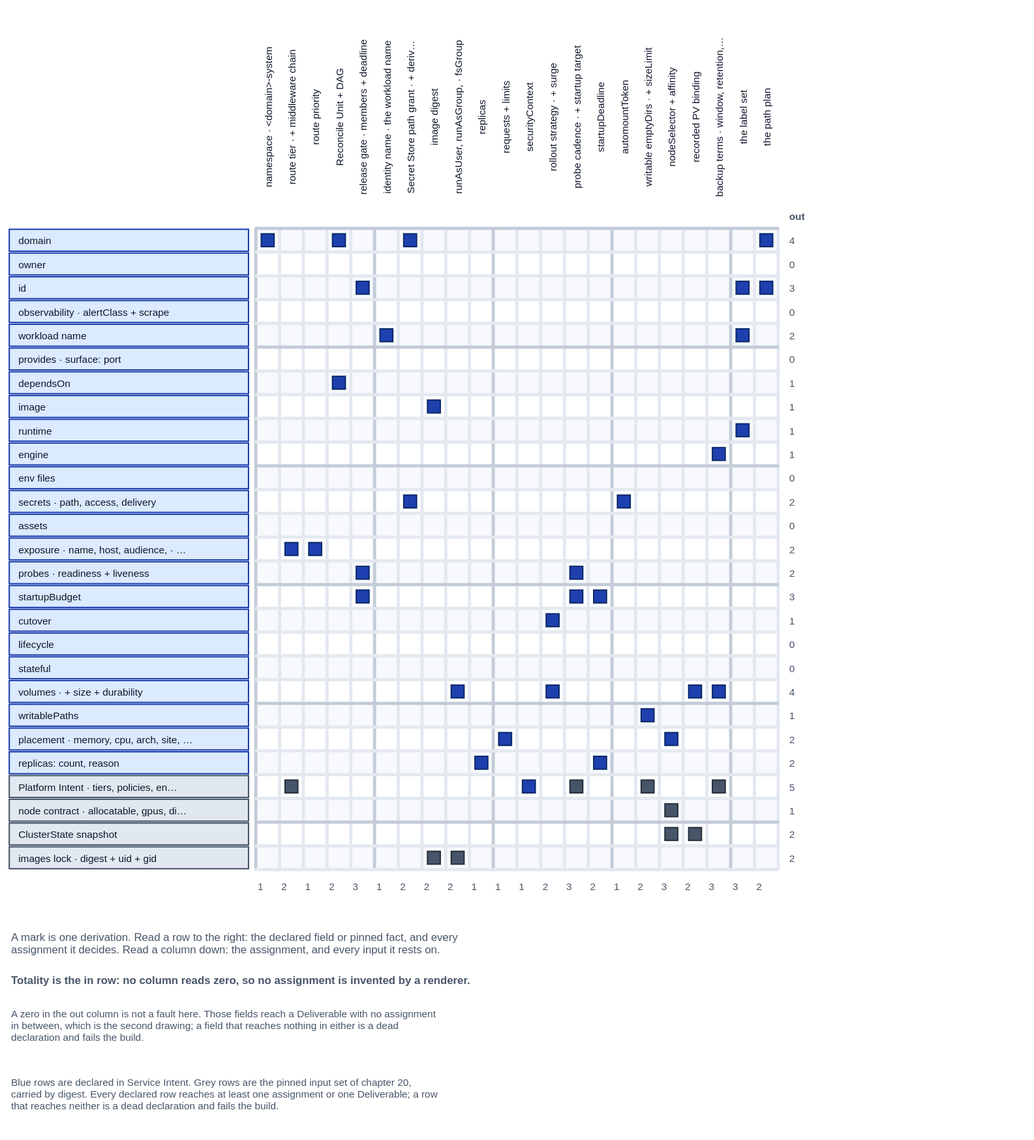
Earlier version of the draw.io export spec/v1/diagrams/16-derivation-map-assignments.drawio.svg (JorisJonkers-dev/deploy-kit). Source tidied: cells renumbered, new cells last; positions are measured from the earlier drawing's top-left corner, leaving out a move shared by most shapes.
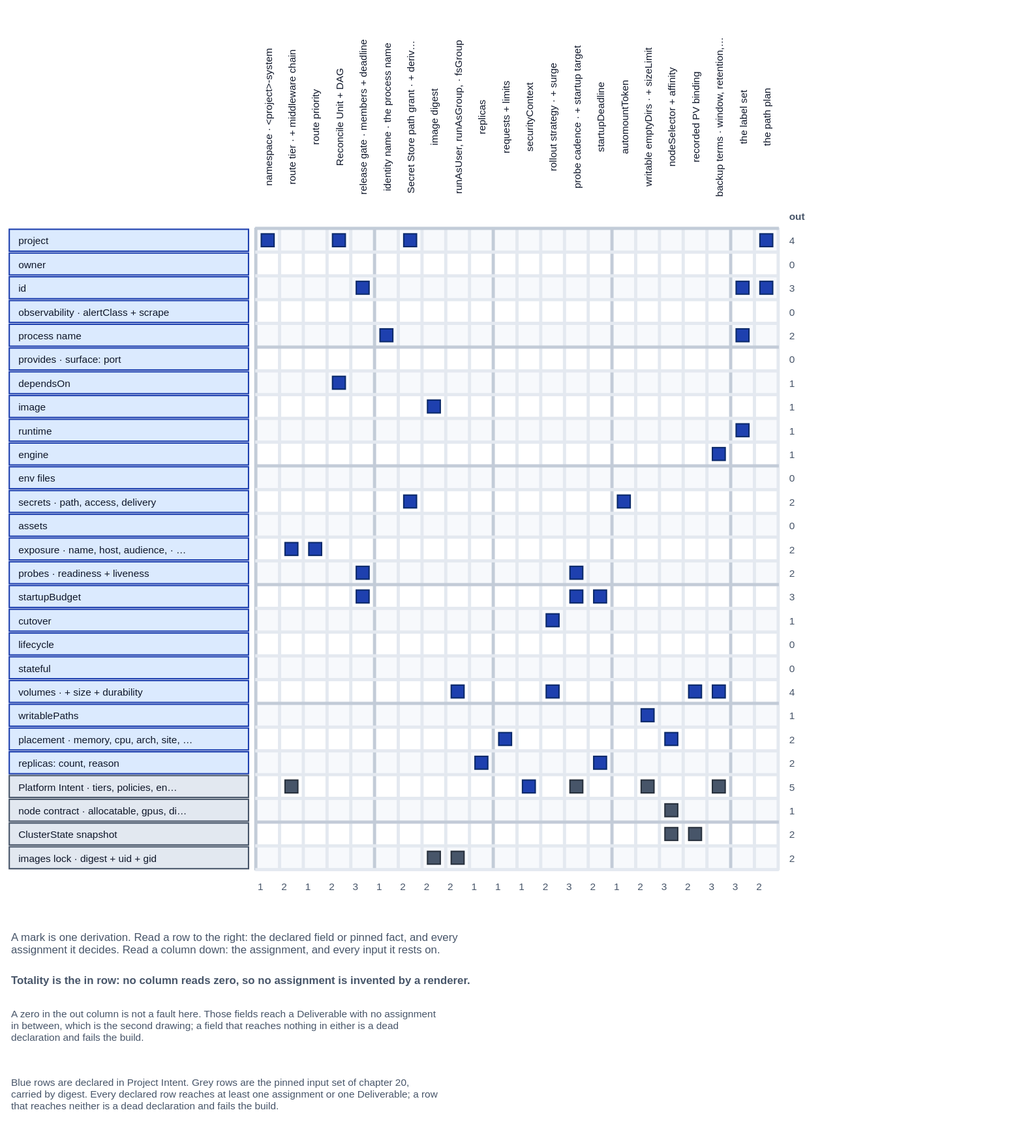
Above is the later version.

The edit, as a diff of the source:
```diff
@@ -236,7 +236,7 @@
     <mxCell id="79" style="rounded=0;whiteSpace=nowrap;html=0;align=center;verticalAlign=middle;fillColor=#e4e9f0;strokeColor=#e4e9f0;strokeWidth=1.5;fontFamily=Helvetica;fontSize=12;fontColor=#0f172a;" parent="1" vertex="1">
       <mxGeometry x="270" y="941" width="572" height="2" as="geometry" />
     </mxCell>
-    <mxCell id="80" value="namespace  ·  &lt;domain&gt;-system" style="horizontal=0;rounded=0;whiteSpace=nowrap;html=0;align=center;verticalAlign=middle;fillColor=none;strokeColor=none;strokeWidth=1.5;fontFamily=Helvetica;fontSize=11;fontColor=#0f172a;" parent="1" vertex="1">
+    <mxCell id="80" value="namespace  ·  &lt;project&gt;-system" style="horizontal=0;rounded=0;whiteSpace=nowrap;html=0;align=center;verticalAlign=middle;fillColor=none;strokeColor=none;strokeWidth=1.5;fontFamily=Helvetica;fontSize=11;fontColor=#0f172a;" parent="1" vertex="1">
       <mxGeometry x="270" width="26" height="236" as="geometry" />
     </mxCell>
     <mxCell id="81" value="route tier  ·  + middleware chain" style="horizontal=0;rounded=0;whiteSpace=nowrap;html=0;align=center;verticalAlign=middle;fillColor=none;strokeColor=none;strokeWidth=1.5;fontFamily=Helvetica;fontSize=11;fontColor=#0f172a;" parent="1" vertex="1">
@@ -251,7 +251,7 @@
     <mxCell id="84" value="release gate  ·  members + deadline" style="horizontal=0;rounded=0;whiteSpace=nowrap;html=0;align=center;verticalAlign=middle;fillColor=none;strokeColor=none;strokeWidth=1.5;fontFamily=Helvetica;fontSize=11;fontColor=#0f172a;" parent="1" vertex="1">
       <mxGeometry x="374" width="26" height="236" as="geometry" />
     </mxCell>
-    <mxCell id="85" value="identity name  ·  the workload name" style="horizontal=0;rounded=0;whiteSpace=nowrap;html=0;align=center;verticalAlign=middle;fillColor=none;strokeColor=none;strokeWidth=1.5;fontFamily=Helvetica;fontSize=11;fontColor=#0f172a;" parent="1" vertex="1">
+    <mxCell id="85" value="identity name  ·  the process name" style="horizontal=0;rounded=0;whiteSpace=nowrap;html=0;align=center;verticalAlign=middle;fillColor=none;strokeColor=none;strokeWidth=1.5;fontFamily=Helvetica;fontSize=11;fontColor=#0f172a;" parent="1" vertex="1">
       <mxGeometry x="400" width="26" height="236" as="geometry" />
     </mxCell>
     <mxCell id="86" value="Secret Store path grant  ·  + deriv…" style="horizontal=0;rounded=0;whiteSpace=nowrap;html=0;align=center;verticalAlign=middle;fillColor=none;strokeColor=none;strokeWidth=1.5;fontFamily=Helvetica;fontSize=11;fontColor=#0f172a;" parent="1" vertex="1">
@@ -302,7 +302,7 @@
     <mxCell id="101" value="the path plan" style="horizontal=0;rounded=0;whiteSpace=nowrap;html=0;align=center;verticalAlign=middle;fillColor=none;strokeColor=none;strokeWidth=1.5;fontFamily=Helvetica;fontSize=11;fontColor=#0f172a;" parent="1" vertex="1">
       <mxGeometry x="816" width="26" height="236" as="geometry" />
     </mxCell>
-    <mxCell id="102" value="domain" style="spacingLeft=8;rounded=0;whiteSpace=nowrap;html=0;align=left;verticalAlign=middle;fillColor=#dbeafe;strokeColor=#1e40af;strokeWidth=1.5;fontFamily=Helvetica;fontSize=11;fontColor=#0f172a;" parent="1" vertex="1">
+    <mxCell id="102" value="project" style="spacingLeft=8;rounded=0;whiteSpace=nowrap;html=0;align=left;verticalAlign=middle;fillColor=#dbeafe;strokeColor=#1e40af;strokeWidth=1.5;fontFamily=Helvetica;fontSize=11;fontColor=#0f172a;" parent="1" vertex="1">
       <mxGeometry y="241" width="262" height="24" as="geometry" />
     </mxCell>
     <mxCell id="103" value="owner" style="spacingLeft=8;rounded=0;whiteSpace=nowrap;html=0;align=left;verticalAlign=middle;fillColor=#dbeafe;strokeColor=#1e40af;strokeWidth=1.5;fontFamily=Helvetica;fontSize=11;fontColor=#0f172a;" parent="1" vertex="1">
@@ -314,7 +314,7 @@
     <mxCell id="105" value="observability  ·  alertClass + scrape" style="spacingLeft=8;rounded=0;whiteSpace=nowrap;html=0;align=left;verticalAlign=middle;fillColor=#dbeafe;strokeColor=#1e40af;strokeWidth=1.5;fontFamily=Helvetica;fontSize=11;fontColor=#0f172a;" parent="1" vertex="1">
       <mxGeometry y="319" width="262" height="24" as="geometry" />
     </mxCell>
-    <mxCell id="106" value="workload name" style="spacingLeft=8;rounded=0;whiteSpace=nowrap;html=0;align=left;verticalAlign=middle;fillColor=#dbeafe;strokeColor=#1e40af;strokeWidth=1.5;fontFamily=Helvetica;fontSize=11;fontColor=#0f172a;" parent="1" vertex="1">
+    <mxCell id="106" value="process name" style="spacingLeft=8;rounded=0;whiteSpace=nowrap;html=0;align=left;verticalAlign=middle;fillColor=#dbeafe;strokeColor=#1e40af;strokeWidth=1.5;fontFamily=Helvetica;fontSize=11;fontColor=#0f172a;" parent="1" vertex="1">
       <mxGeometry y="345" width="262" height="24" as="geometry" />
     </mxCell>
     <mxCell id="107" value="provides  ·  surface: port" style="spacingLeft=8;rounded=0;whiteSpace=nowrap;html=0;align=left;verticalAlign=middle;fillColor=#dbeafe;strokeColor=#1e40af;strokeWidth=1.5;fontFamily=Helvetica;fontSize=11;fontColor=#0f172a;" parent="1" vertex="1">
@@ -665,7 +665,7 @@
     <mxCell id="222" value="A zero in the out column is not a fault here. Those fields reach a Deliverable with no assignment&#10;in between, which is the second drawing; a field that reaches nothing in either is a dead&#10;declaration and fails the build." style="text;html=0;strokeColor=none;fillColor=none;align=left;verticalAlign=middle;fontFamily=Helvetica;fontSize=11;fontColor=#475569;" parent="1" vertex="1">
       <mxGeometry y="1082" width="1100" height="60" as="geometry" />
     </mxCell>
-    <mxCell id="223" value="Blue rows are declared in Service Intent. Grey rows are the pinned input set of chapter 20,&#10;carried by digest. Every declared row reaches at least one assignment or one Deliverable; a row&#10;that reaches neither is a dead declaration and fails the build." style="text;html=0;strokeColor=none;fillColor=none;align=left;verticalAlign=middle;fontFamily=Helvetica;fontSize=11;fontColor=#475569;" parent="1" vertex="1">
+    <mxCell id="223" value="Blue rows are declared in Project Intent. Grey rows are the pinned input set of chapter 20,&#10;carried by digest. Every declared row reaches at least one assignment or one Deliverable; a row&#10;that reaches neither is a dead declaration and fails the build." style="text;html=0;strokeColor=none;fillColor=none;align=left;verticalAlign=middle;fontFamily=Helvetica;fontSize=11;fontColor=#475569;" parent="1" vertex="1">
       <mxGeometry y="1157" width="1100" height="60" as="geometry" />
     </mxCell>
     <mxCell id="224" value="2" style="text;html=0;strokeColor=none;fillColor=none;align=left;verticalAlign=middle;fontFamily=Helvetica;fontSize=11;fontColor=#475569;" parent="1" vertex="1">
```
